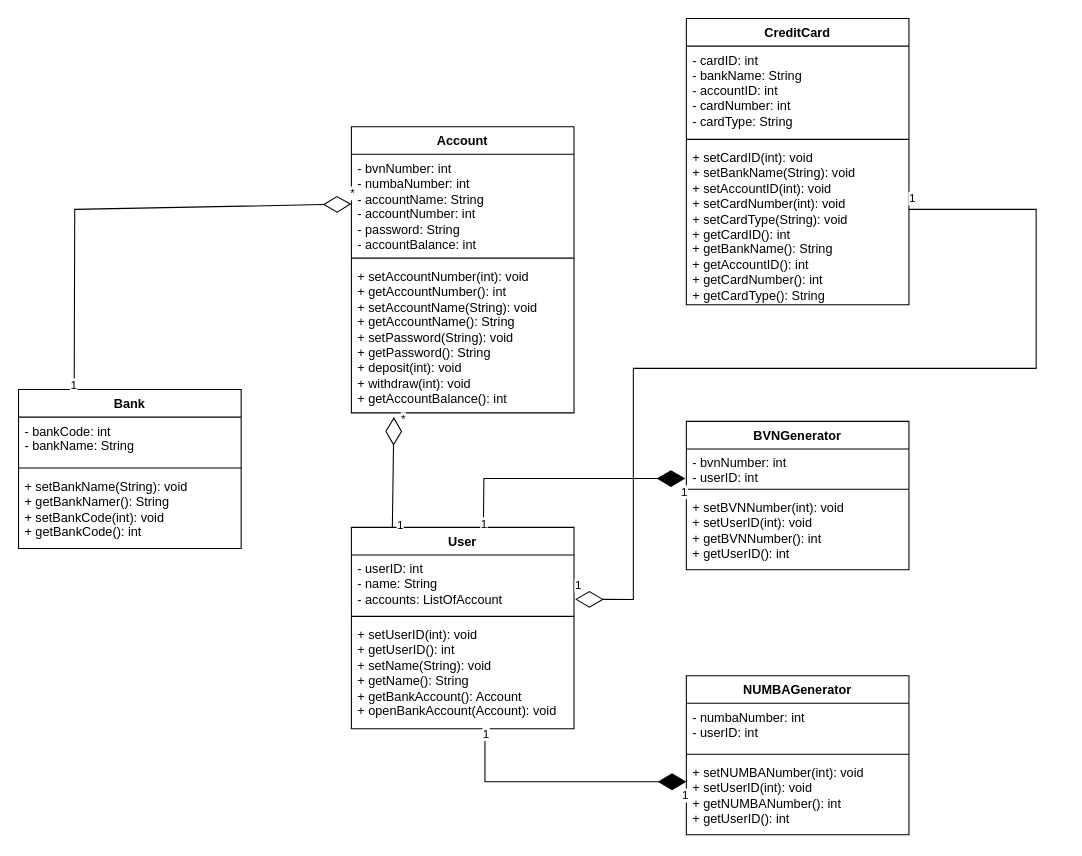
Before: Diagrams/Bank System v2.0 Class Diagram.drawio in Adamsonoladipupo/Bank-System-v2.0, a draw.io diagram. Source tidied: cells renumbered, new cells numbered last; positions are measured from the earlier drawing's top-left corner, leaving out a move shared by most shapes. Both pictures are drawn from the tidied source at 106%, with x=0, y=0 at pixel (18, 18).
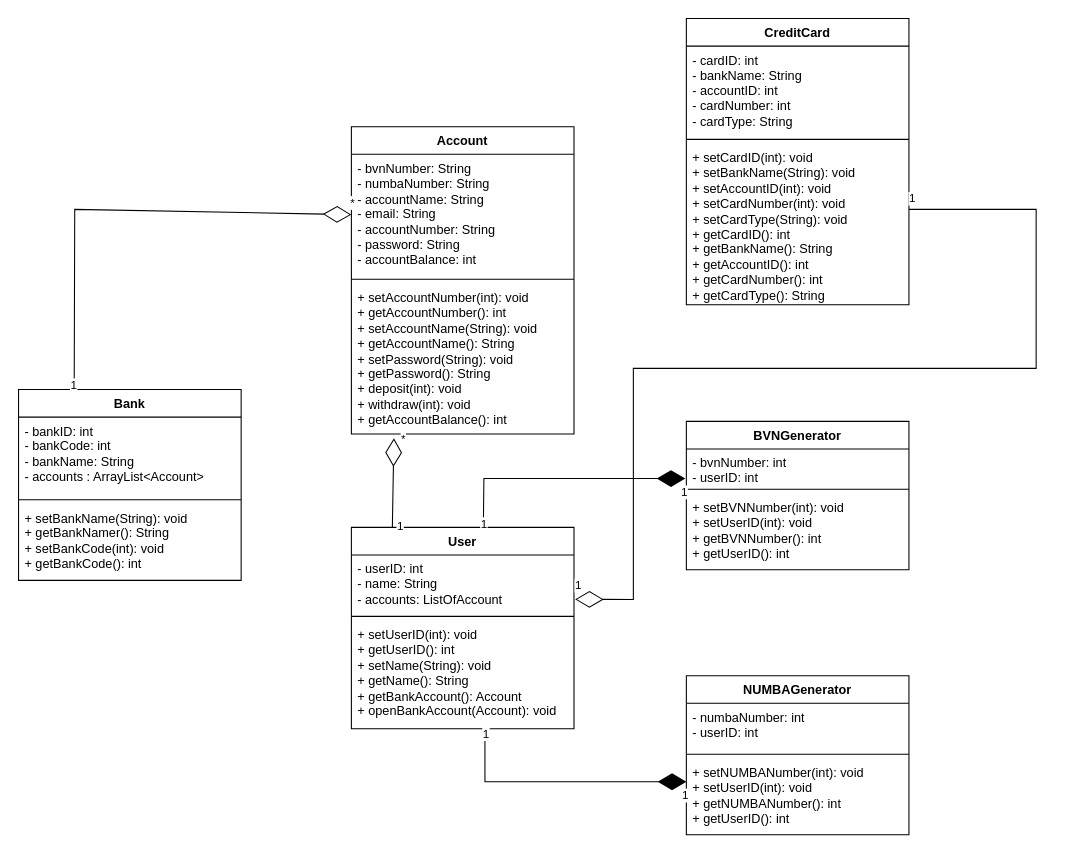
After the change.

Change to the diagram source:
```diff
@@
     <mxCell id="2" value="Account" style="swimlane;fontStyle=1;align=center;verticalAlign=top;horizontal=1;startSize=26;whiteSpace=wrap;html=1;" parent="1" vertex="1">
-      <mxGeometry x="314" y="102" width="210" height="270" as="geometry" />
+      <mxGeometry x="314" y="102" width="210" height="290" as="geometry" />
     </mxCell>
-    <mxCell id="3" value="&lt;div&gt;- bvnNumber: int&lt;/div&gt;&lt;div&gt;- numbaNumber: int&lt;/div&gt;- accountName: String&lt;div&gt;&lt;span style=&quot;background-color: transparent; color: light-dark(rgb(0, 0, 0), rgb(255, 255, 255));&quot;&gt;- accountNumber: int&lt;/span&gt;&lt;/div&gt;&lt;div&gt;- password: String&lt;/div&gt;&lt;div&gt;- accountBalance: int&lt;/div&gt;" style="text;strokeColor=none;fillColor=none;align=left;verticalAlign=top;spacingLeft=4;spacingRight=4;overflow=hidden;points=[[0,0.5],[1,0.5]];portConstraint=eastwest;whiteSpace=wrap;html=1;" parent="2" vertex="1">
-      <mxGeometry y="26" width="210" height="94" as="geometry" />
+    <mxCell id="3" value="&lt;div&gt;- bvnNumber: String&lt;/div&gt;&lt;div&gt;- numbaNumber: String&lt;/div&gt;- accountName: String&lt;div&gt;- email: String&lt;br&gt;&lt;div&gt;&lt;span style=&quot;background-color: transparent; color: light-dark(rgb(0, 0, 0), rgb(255, 255, 255));&quot;&gt;- accountNumber: String&lt;/span&gt;&lt;/div&gt;&lt;div&gt;- password: String&lt;/div&gt;&lt;div&gt;- accountBalance: int&lt;/div&gt;&lt;/div&gt;" style="text;strokeColor=none;fillColor=none;align=left;verticalAlign=top;spacingLeft=4;spacingRight=4;overflow=hidden;points=[[0,0.5],[1,0.5]];portConstraint=eastwest;whiteSpace=wrap;html=1;" parent="2" vertex="1">
+      <mxGeometry y="26" width="210" height="114" as="geometry" />
     </mxCell>
     <mxCell id="4" style="line;strokeWidth=1;fillColor=none;align=left;verticalAlign=middle;spacingTop=-1;spacingLeft=3;spacingRight=3;labelPosition=right;strokeColor=inherit;" parent="2" vertex="1">
-      <mxGeometry y="120" width="210" height="8" as="geometry" />
+      <mxGeometry y="140" width="210" height="8" as="geometry" />
     </mxCell>
     <mxCell id="5" value="+ setAccountNumber(int): void&lt;div&gt;+ getAccountNumber(): int&lt;/div&gt;&lt;div&gt;+ setAccountName(String): void&lt;div&gt;+ getAccountName(): String&lt;/div&gt;&lt;div&gt;&lt;div&gt;+ setPassword(String): void&lt;div&gt;+ getPassword(): String&lt;/div&gt;&lt;div&gt;+ deposit(int): void&lt;div&gt;+ withdraw(int): void&lt;/div&gt;&lt;/div&gt;&lt;/div&gt;&lt;/div&gt;&lt;/div&gt;&lt;div&gt;+ getAccountBalance(): int&lt;/div&gt;" style="text;strokeColor=none;fillColor=none;align=left;verticalAlign=top;spacingLeft=4;spacingRight=4;overflow=hidden;points=[[0,0.5],[1,0.5]];portConstraint=eastwest;whiteSpace=wrap;html=1;" parent="2" vertex="1">
-      <mxGeometry y="128" width="210" height="142" as="geometry" />
+      <mxGeometry y="148" width="210" height="142" as="geometry" />
     </mxCell>
     <mxCell id="6" value="Bank" style="swimlane;fontStyle=1;align=center;verticalAlign=top;horizontal=1;startSize=26;whiteSpace=wrap;html=1;" parent="1" vertex="1">
-      <mxGeometry y="350" width="210" height="150" as="geometry" />
+      <mxGeometry y="350" width="210" height="180" as="geometry" />
     </mxCell>
-    <mxCell id="7" value="&lt;div&gt;- bankCode: int&lt;/div&gt;&lt;div&gt;- bankName: String&lt;/div&gt;" style="text;strokeColor=none;fillColor=none;align=left;verticalAlign=top;spacingLeft=4;spacingRight=4;overflow=hidden;whiteSpace=wrap;html=1;" parent="6" vertex="1">
-      <mxGeometry y="26" width="210" height="44" as="geometry" />
+    <mxCell id="7" value="&lt;div&gt;- bankID: int&lt;/div&gt;&lt;div&gt;- bankCode: int&lt;/div&gt;&lt;div&gt;- bankName: String&lt;/div&gt;&lt;div&gt;- accounts : ArrayList&amp;lt;Account&amp;gt;&lt;/div&gt;" style="text;strokeColor=none;fillColor=none;align=left;verticalAlign=top;spacingLeft=4;spacingRight=4;overflow=hidden;whiteSpace=wrap;html=1;" parent="6" vertex="1">
+      <mxGeometry y="26" width="210" height="74" as="geometry" />
     </mxCell>
     <mxCell id="8" style="line;strokeWidth=1;fillColor=none;align=left;verticalAlign=middle;spacingTop=-1;spacingLeft=3;spacingRight=3;labelPosition=right;strokeColor=inherit;" parent="6" vertex="1">
-      <mxGeometry y="70" width="210" height="8" as="geometry" />
+      <mxGeometry y="100" width="210" height="8" as="geometry" />
     </mxCell>
     <mxCell id="9" value="+ setBankName(String): void&lt;div&gt;+ getBankNamer(): String&lt;/div&gt;&lt;div&gt;+ setBankCode(int): void&lt;div&gt;+ getBankCode(): int&lt;/div&gt;&lt;/div&gt;" style="text;strokeColor=none;fillColor=none;align=left;verticalAlign=top;spacingLeft=4;spacingRight=4;overflow=hidden;whiteSpace=wrap;html=1;" parent="6" vertex="1">
-      <mxGeometry y="78" width="210" height="72" as="geometry" />
+      <mxGeometry y="108" width="210" height="72" as="geometry" />
     </mxCell>
```
